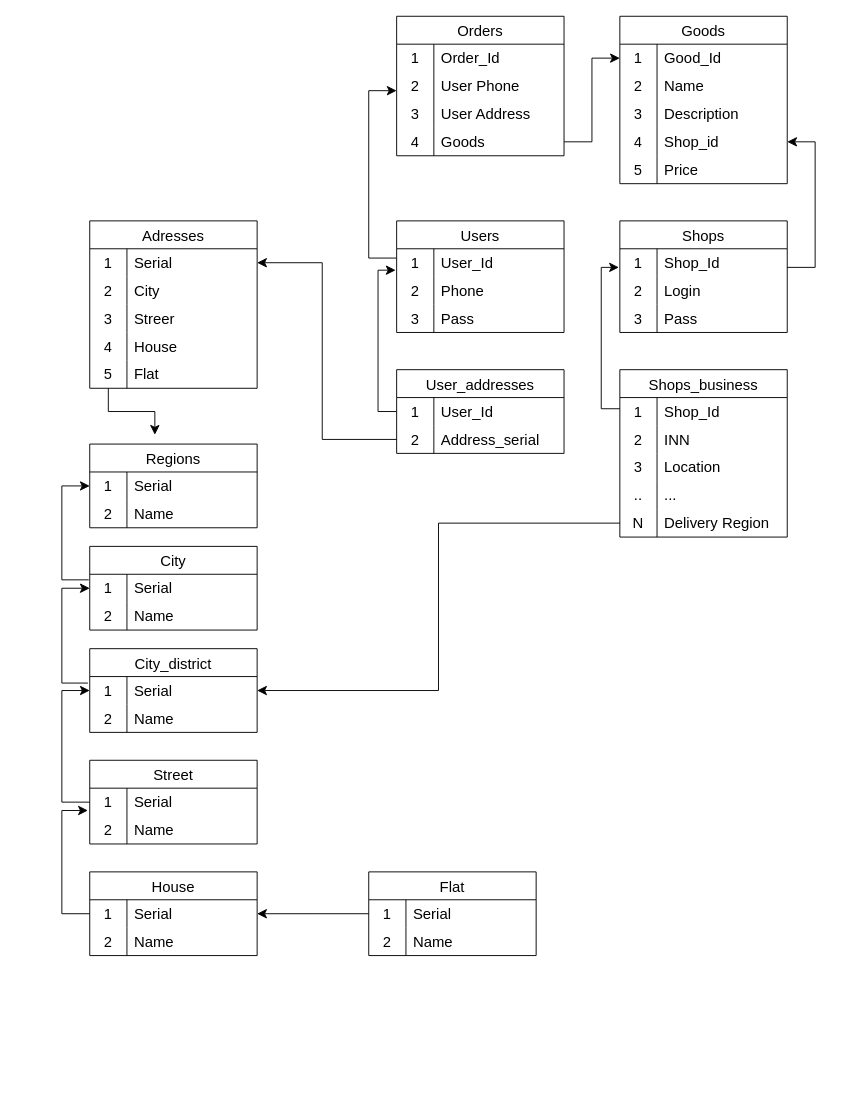
Before: water.drawio in DikVasDoPiL/db, a draw.io diagram. Source tidied: cells renumbered, new cells numbered last; positions are measured from the earlier drawing's top-left corner, leaving out a move shared by most shapes. Both pictures are drawn from the tidied source at 93%, with x=0, y=0 at pixel (61, 16).
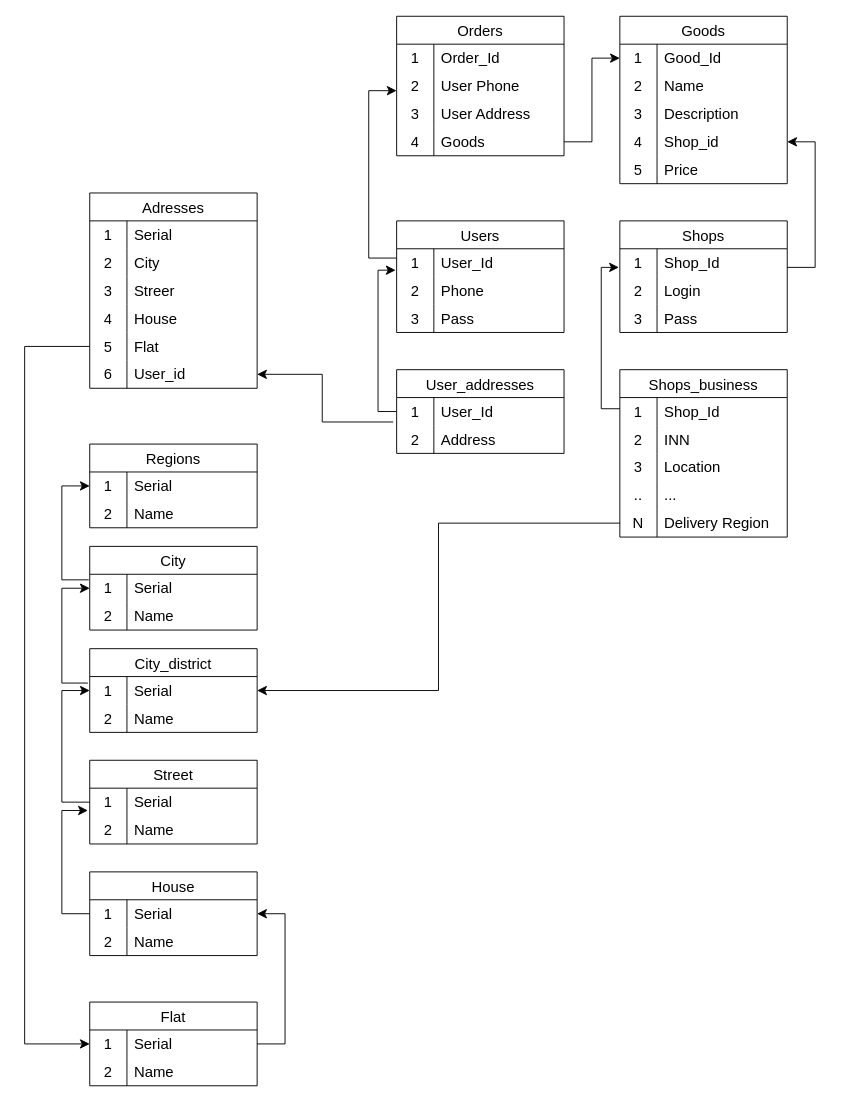
The same page after the edit.

Unchanged cells that the change refers to:
```xml
<mxCell id="9" style="shape=tableRow;horizontal=0;startSize=0;swimlaneHead=0;swimlaneBody=0;top=0;left=0;bottom=0;right=0;fillColor=none;strokeColor=inherit;fontSize=16;" parent="2" vertex="1">
  <mxGeometry y="90" width="180" height="30" as="geometry" />
</mxCell>
<mxCell id="12" style="shape=tableRow;horizontal=0;startSize=0;swimlaneHead=0;swimlaneBody=0;top=0;left=0;bottom=0;right=0;fillColor=none;strokeColor=inherit;fontSize=16;" parent="2" vertex="1">
  <mxGeometry y="120" width="180" height="30" as="geometry" />
</mxCell>
<mxCell id="15" style="shape=tableRow;horizontal=0;startSize=0;swimlaneHead=0;swimlaneBody=0;top=0;left=0;bottom=0;right=0;fillColor=none;points=[[0,0.5],[1,0.5]];portConstraint=eastwest;strokeColor=inherit;fontSize=16;" parent="2" vertex="1">
  <mxGeometry y="150" width="180" height="30" as="geometry" />
</mxCell>
<mxCell id="32" style="shape=tableRow;horizontal=0;startSize=0;swimlaneHead=0;swimlaneBody=0;top=0;left=0;bottom=0;right=0;fillColor=none;strokeColor=inherit;fontSize=16;" parent="28" vertex="1">
  <mxGeometry y="60" width="180" height="30" as="geometry" />
</mxCell>
<mxCell id="58" style="shape=tableRow;horizontal=0;startSize=0;swimlaneHead=0;swimlaneBody=0;top=0;left=0;bottom=0;right=0;fillColor=none;points=[[0,0.5],[1,0.5]];portConstraint=eastwest;strokeColor=inherit;fontSize=16;" parent="54" vertex="1">
  <mxGeometry y="60" width="180" height="30" as="geometry" />
</mxCell>
<mxCell id="93" style="shape=tableRow;horizontal=0;startSize=0;swimlaneHead=0;swimlaneBody=0;top=0;left=0;bottom=0;right=0;fillColor=none;points=[[0,0.5],[1,0.5]];portConstraint=eastwest;strokeColor=inherit;fontSize=16;" parent="92" vertex="1">
  <mxGeometry y="30" width="180" height="30" as="geometry" />
</mxCell>
<mxCell id="100" style="shape=tableRow;horizontal=0;startSize=0;swimlaneHead=0;swimlaneBody=0;top=0;left=0;bottom=0;right=0;fillColor=none;points=[[0,0.5],[1,0.5]];portConstraint=eastwest;strokeColor=inherit;fontSize=16;" parent="99" vertex="1">
  <mxGeometry y="30" width="180" height="30" as="geometry" />
</mxCell>
```

Diff of the diagram source:
```diff
@@
     <mxCell id="2" value="Adresses" style="shape=table;startSize=30;childLayout=tableLayout;rowLines=0;fontStyle=0;strokeColor=default;fontSize=16;" parent="1" vertex="1">
-      <mxGeometry x="30" y="220" width="180" height="180" as="geometry" />
+      <mxGeometry x="30" y="190" width="180" height="210" as="geometry" />
     </mxCell>
@@
-    <mxCell id="11" value="Streer&lt;span style=&quot;white-space: pre;&quot;&gt;&#9;&lt;/span&gt;" style="shape=partialRectangle;html=1;whiteSpace=wrap;fillColor=none;top=0;left=0;bottom=0;right=0;align=left;spacingLeft=6;overflow=hidden;strokeColor=inherit;fontSize=16;" parent="9" vertex="1">
+    <mxCell id="11" value="Streer&lt;span style=&quot;white-space: pre;&quot;&gt; &lt;/span&gt;" style="shape=partialRectangle;html=1;whiteSpace=wrap;fillColor=none;top=0;left=0;bottom=0;right=0;align=left;spacingLeft=6;overflow=hidden;strokeColor=inherit;fontSize=16;" parent="9" vertex="1">
       <mxGeometry x="40" width="140" height="30" as="geometry" />
     </mxCell>
@@
-    <mxCell id="14" value="House&lt;span style=&quot;white-space: pre;&quot;&gt;&#9;&lt;/span&gt;" style="shape=partialRectangle;html=1;whiteSpace=wrap;fillColor=none;top=0;left=0;bottom=0;right=0;align=left;spacingLeft=6;overflow=hidden;strokeColor=inherit;fontSize=16;" parent="12" vertex="1">
+    <mxCell id="14" value="House&lt;span style=&quot;white-space: pre;&quot;&gt; &lt;/span&gt;" style="shape=partialRectangle;html=1;whiteSpace=wrap;fillColor=none;top=0;left=0;bottom=0;right=0;align=left;spacingLeft=6;overflow=hidden;strokeColor=inherit;fontSize=16;" parent="12" vertex="1">
       <mxGeometry x="40" width="140" height="30" as="geometry" />
     </mxCell>
@@
+    <mxCell id="145" style="shape=tableRow;horizontal=0;startSize=0;swimlaneHead=0;swimlaneBody=0;top=0;left=0;bottom=0;right=0;fillColor=none;points=[[0,0.5],[1,0.5]];portConstraint=eastwest;strokeColor=inherit;fontSize=16;" parent="2" vertex="1">
+      <mxGeometry y="180" width="180" height="30" as="geometry" />
+    </mxCell>
+    <mxCell id="146" value="6" style="shape=partialRectangle;html=1;whiteSpace=wrap;fillColor=none;top=0;left=0;bottom=0;right=0;overflow=hidden;strokeColor=inherit;fontSize=16;" parent="145" vertex="1">
+      <mxGeometry width="40" height="30" as="geometry" />
+    </mxCell>
+    <mxCell id="147" value="User_id" style="shape=partialRectangle;html=1;whiteSpace=wrap;fillColor=none;top=0;left=0;bottom=0;right=0;align=left;spacingLeft=6;overflow=hidden;strokeColor=inherit;fontSize=16;" parent="145" vertex="1">
+      <mxGeometry x="40" width="140" height="30" as="geometry" />
+    </mxCell>
@@
-    <mxCell id="34" value="Login&lt;span style=&quot;white-space: pre;&quot;&gt;&#9;&lt;/span&gt;&lt;span style=&quot;white-space: pre;&quot;&gt;&#9;&lt;/span&gt;&lt;span style=&quot;white-space: pre;&quot;&gt;&#9;&lt;/span&gt;" style="shape=partialRectangle;html=1;whiteSpace=wrap;fillColor=none;top=0;left=0;bottom=0;right=0;align=left;spacingLeft=6;overflow=hidden;strokeColor=inherit;fontSize=16;" parent="32" vertex="1">
+    <mxCell id="34" value="Login&lt;span style=&quot;white-space: pre;&quot;&gt; &lt;/span&gt;&lt;span style=&quot;white-space: pre;&quot;&gt; &lt;/span&gt;&lt;span style=&quot;white-space: pre;&quot;&gt; &lt;/span&gt;" style="shape=partialRectangle;html=1;whiteSpace=wrap;fillColor=none;top=0;left=0;bottom=0;right=0;align=left;spacingLeft=6;overflow=hidden;strokeColor=inherit;fontSize=16;" parent="32" vertex="1">
       <mxGeometry x="40" width="140" height="30" as="geometry" />
     </mxCell>
@@
-    <mxCell id="60" value="Address_serial" style="shape=partialRectangle;html=1;whiteSpace=wrap;fillColor=none;top=0;left=0;bottom=0;right=0;align=left;spacingLeft=6;overflow=hidden;strokeColor=inherit;fontSize=16;" parent="58" vertex="1">
+    <mxCell id="60" value="Address" style="shape=partialRectangle;html=1;whiteSpace=wrap;fillColor=none;top=0;left=0;bottom=0;right=0;align=left;spacingLeft=6;overflow=hidden;strokeColor=inherit;fontSize=16;" parent="58" vertex="1">
       <mxGeometry x="40" width="140" height="30" as="geometry" />
     </mxCell>
@@
-    <mxCell id="62" style="edgeStyle=elbowEdgeStyle;elbow=horizontal;endArrow=classic;html=1;curved=0;rounded=0;endSize=8;startSize=8;exitX=0;exitY=0.5;exitDx=0;exitDy=0;entryX=1;entryY=0.25;entryDx=0;entryDy=0;" parent="1" edge="1" source="58" target="2">
+    <mxCell id="62" style="edgeStyle=elbowEdgeStyle;elbow=horizontal;endArrow=classic;html=1;curved=0;rounded=0;endSize=8;startSize=8;exitX=-0.021;exitY=-0.125;exitDx=0;exitDy=0;entryX=1;entryY=0.5;entryDx=0;entryDy=0;exitPerimeter=0;" parent="1" edge="1" source="58" target="145">
       <mxGeometry relative="1" as="geometry">
         <Array as="points">
-          <mxPoint x="280" y="350" />
+          <mxPoint x="280" y="440" />
         </Array>
       </mxGeometry>
     </mxCell>
@@
     <mxCell id="99" value="Flat" style="shape=table;startSize=30;childLayout=tableLayout;rowLines=0;fontStyle=0;strokeColor=default;fontSize=16;" parent="1" vertex="1">
-      <mxGeometry x="330" y="920" width="180" height="90" as="geometry" />
+      <mxGeometry x="30" y="1060" width="180" height="90" as="geometry" />
     </mxCell>
@@
-    <mxCell id="106" style="edgeStyle=elbowEdgeStyle;elbow=vertical;endArrow=classic;html=1;curved=0;rounded=0;endSize=8;startSize=8;exitX=0;exitY=0.5;exitDx=0;exitDy=0;entryX=1;entryY=0.5;entryDx=0;entryDy=0;" parent="1" edge="1" source="100" target="93">
-      <mxGeometry relative="1" as="geometry" />
+    <mxCell id="106" style="edgeStyle=elbowEdgeStyle;elbow=vertical;endArrow=classic;html=1;curved=0;rounded=0;endSize=8;startSize=8;exitX=1;exitY=0.5;exitDx=0;exitDy=0;entryX=1;entryY=0.5;entryDx=0;entryDy=0;" parent="1" edge="1" source="100" target="93">
+      <mxGeometry relative="1" as="geometry">
+        <Array as="points">
+          <mxPoint x="240" y="1035" />
+        </Array>
+      </mxGeometry>
     </mxCell>
@@
-    <mxCell id="111" style="edgeStyle=elbowEdgeStyle;elbow=vertical;endArrow=classic;html=1;curved=0;rounded=0;endSize=8;startSize=8;exitX=0.111;exitY=1;exitDx=0;exitDy=0;exitPerimeter=0;" parent="1" edge="1" source="15">
+    <mxCell id="111" style="edgeStyle=elbowEdgeStyle;elbow=vertical;endArrow=classic;html=1;curved=0;rounded=0;endSize=8;startSize=8;entryX=0;entryY=0.5;entryDx=0;entryDy=0;exitX=0;exitY=0.5;exitDx=0;exitDy=0;" parent="1" edge="1" source="15" target="99">
       <mxGeometry relative="1" as="geometry">
-        <mxPoint x="100" y="450" as="targetPoint" />
+        <Array as="points">
+          <mxPoint x="-40" y="780" />
+          <mxPoint x="-30" y="420" />
+          <mxPoint x="250" y="1040" />
+          <mxPoint x="270" y="1050" />
+        </Array>
       </mxGeometry>
     </mxCell>
```
